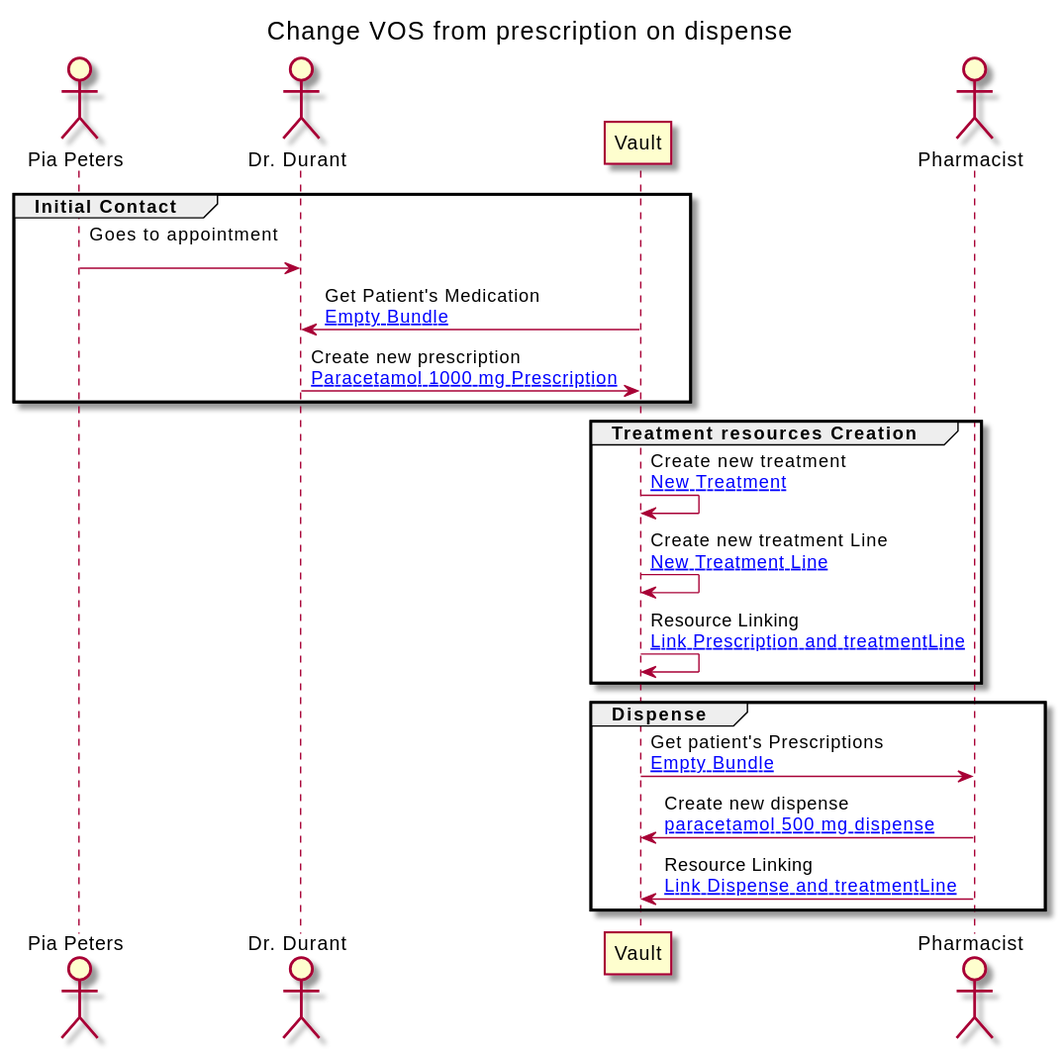
The PlantUML diagram branches/master/ExampleScenario-example-2-scenario.svg in jcostateixeira/riziv-medication-record, before a commit.
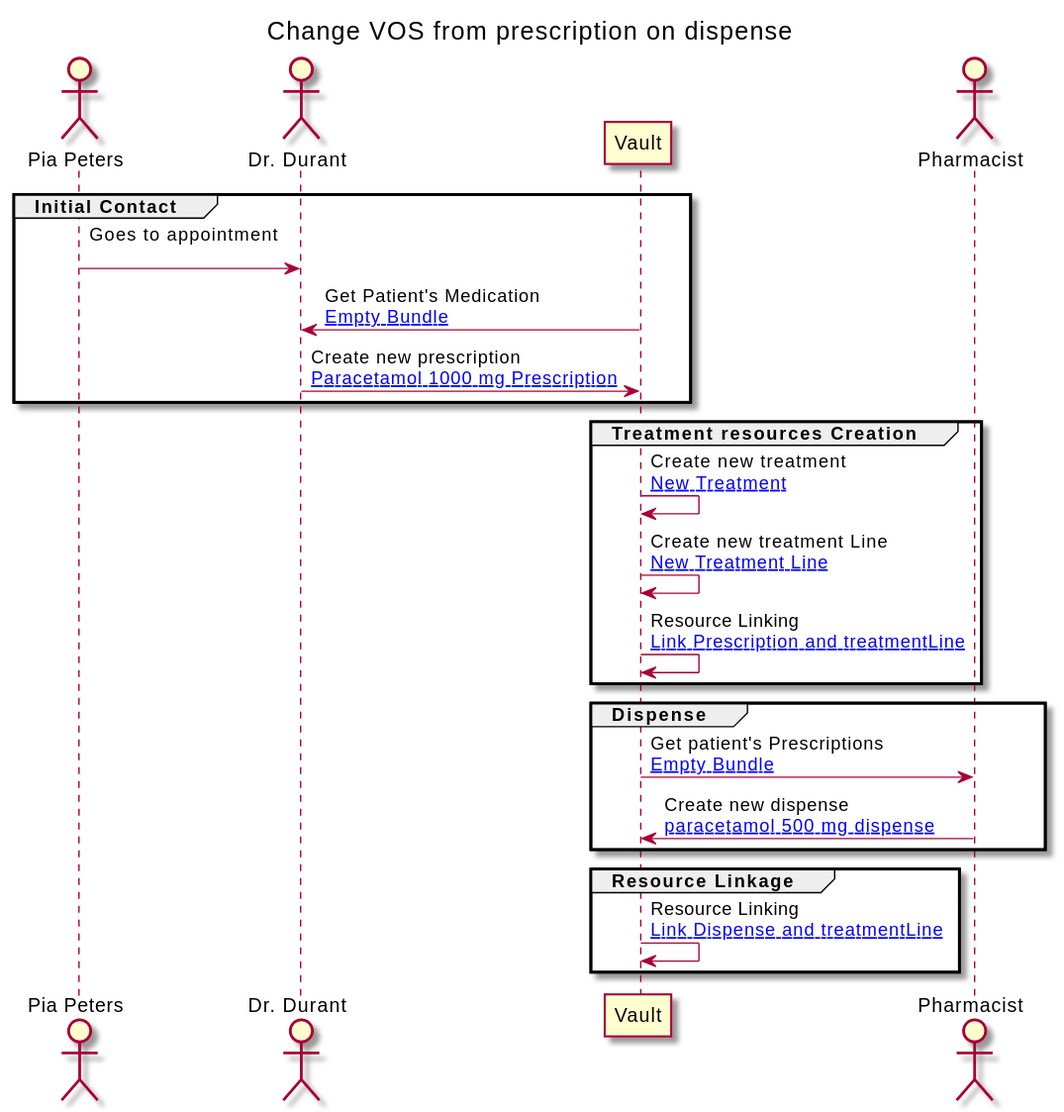
The same diagram one commit later.

Diff of the diagram source:
```diff
@@ -31,7 +31,11 @@
 
 VAULT -> PHARM : Get patient's Prescriptions\n[[ExampleScenario-example-2-scenario-resources.html#EB Empty Bundle]]
 PHARM -> VAULT : Create new dispense\n[[ExampleScenario-example-2-scenario-resources.html#2a-dispense paracetamol 500 mg dispense]]
-PHARM -> VAULT : Resource Linking\n[[ExampleScenario-example-2-scenario-resources.html#2-2-provenance Link Dispense and treatmentLine]]
+end
+
+group Resource Linkage
+
+VAULT -> VAULT : Resource Linking\n[[ExampleScenario-example-2-scenario-resources.html#2-2-provenance Link Dispense and treatmentLine]]
 end
 
 
```
